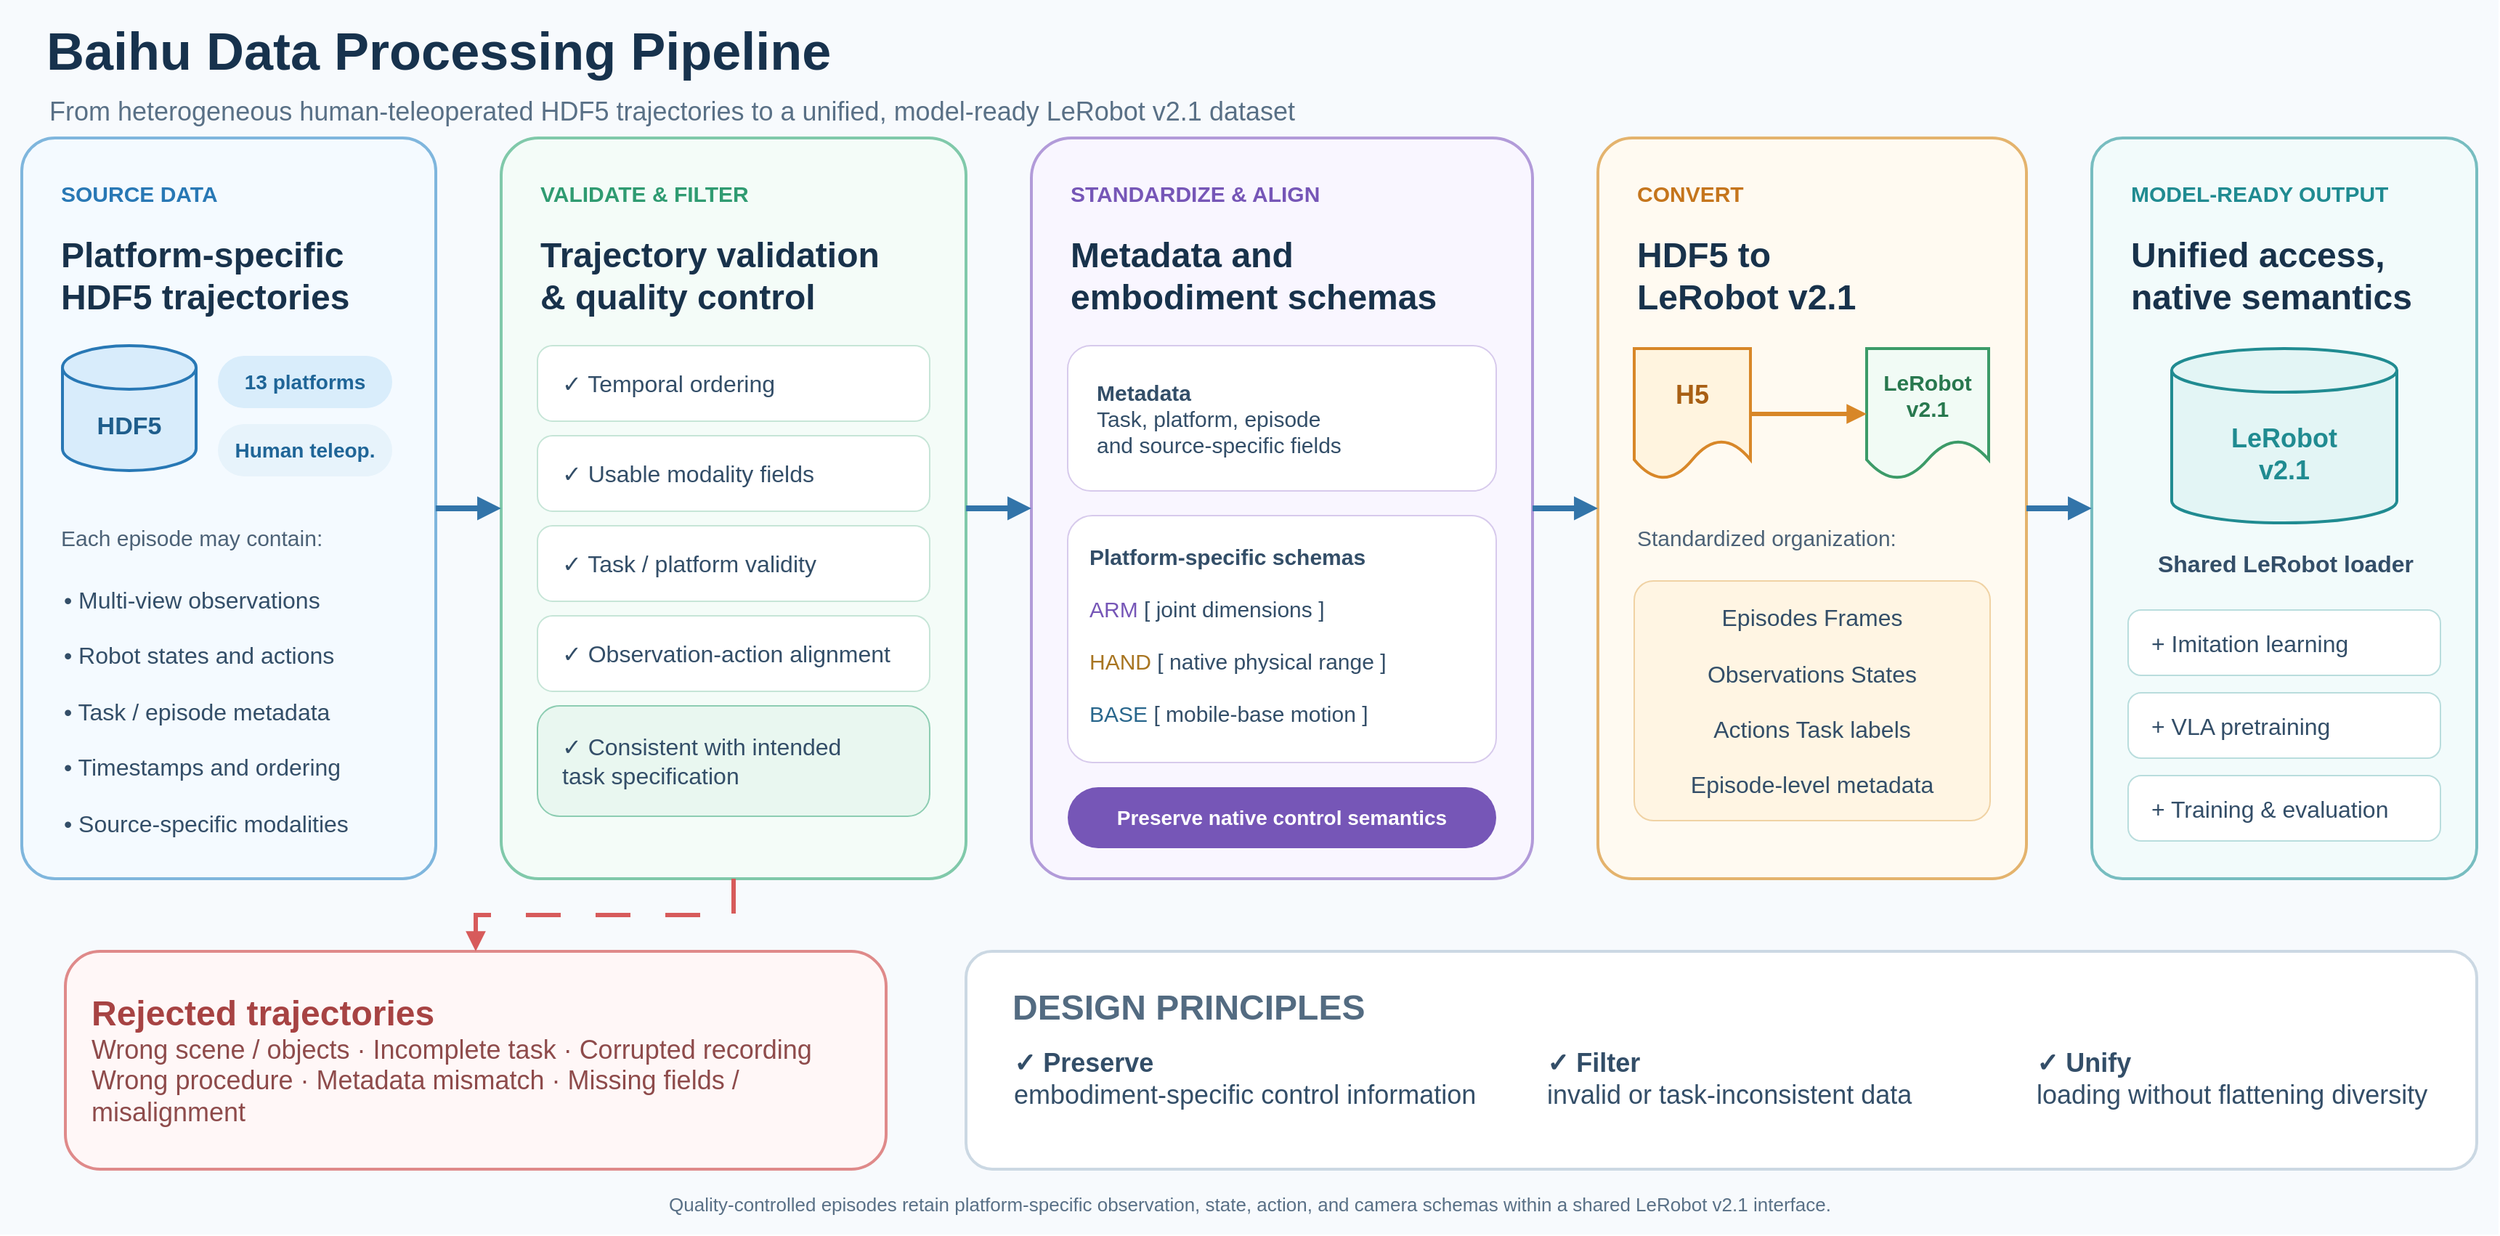
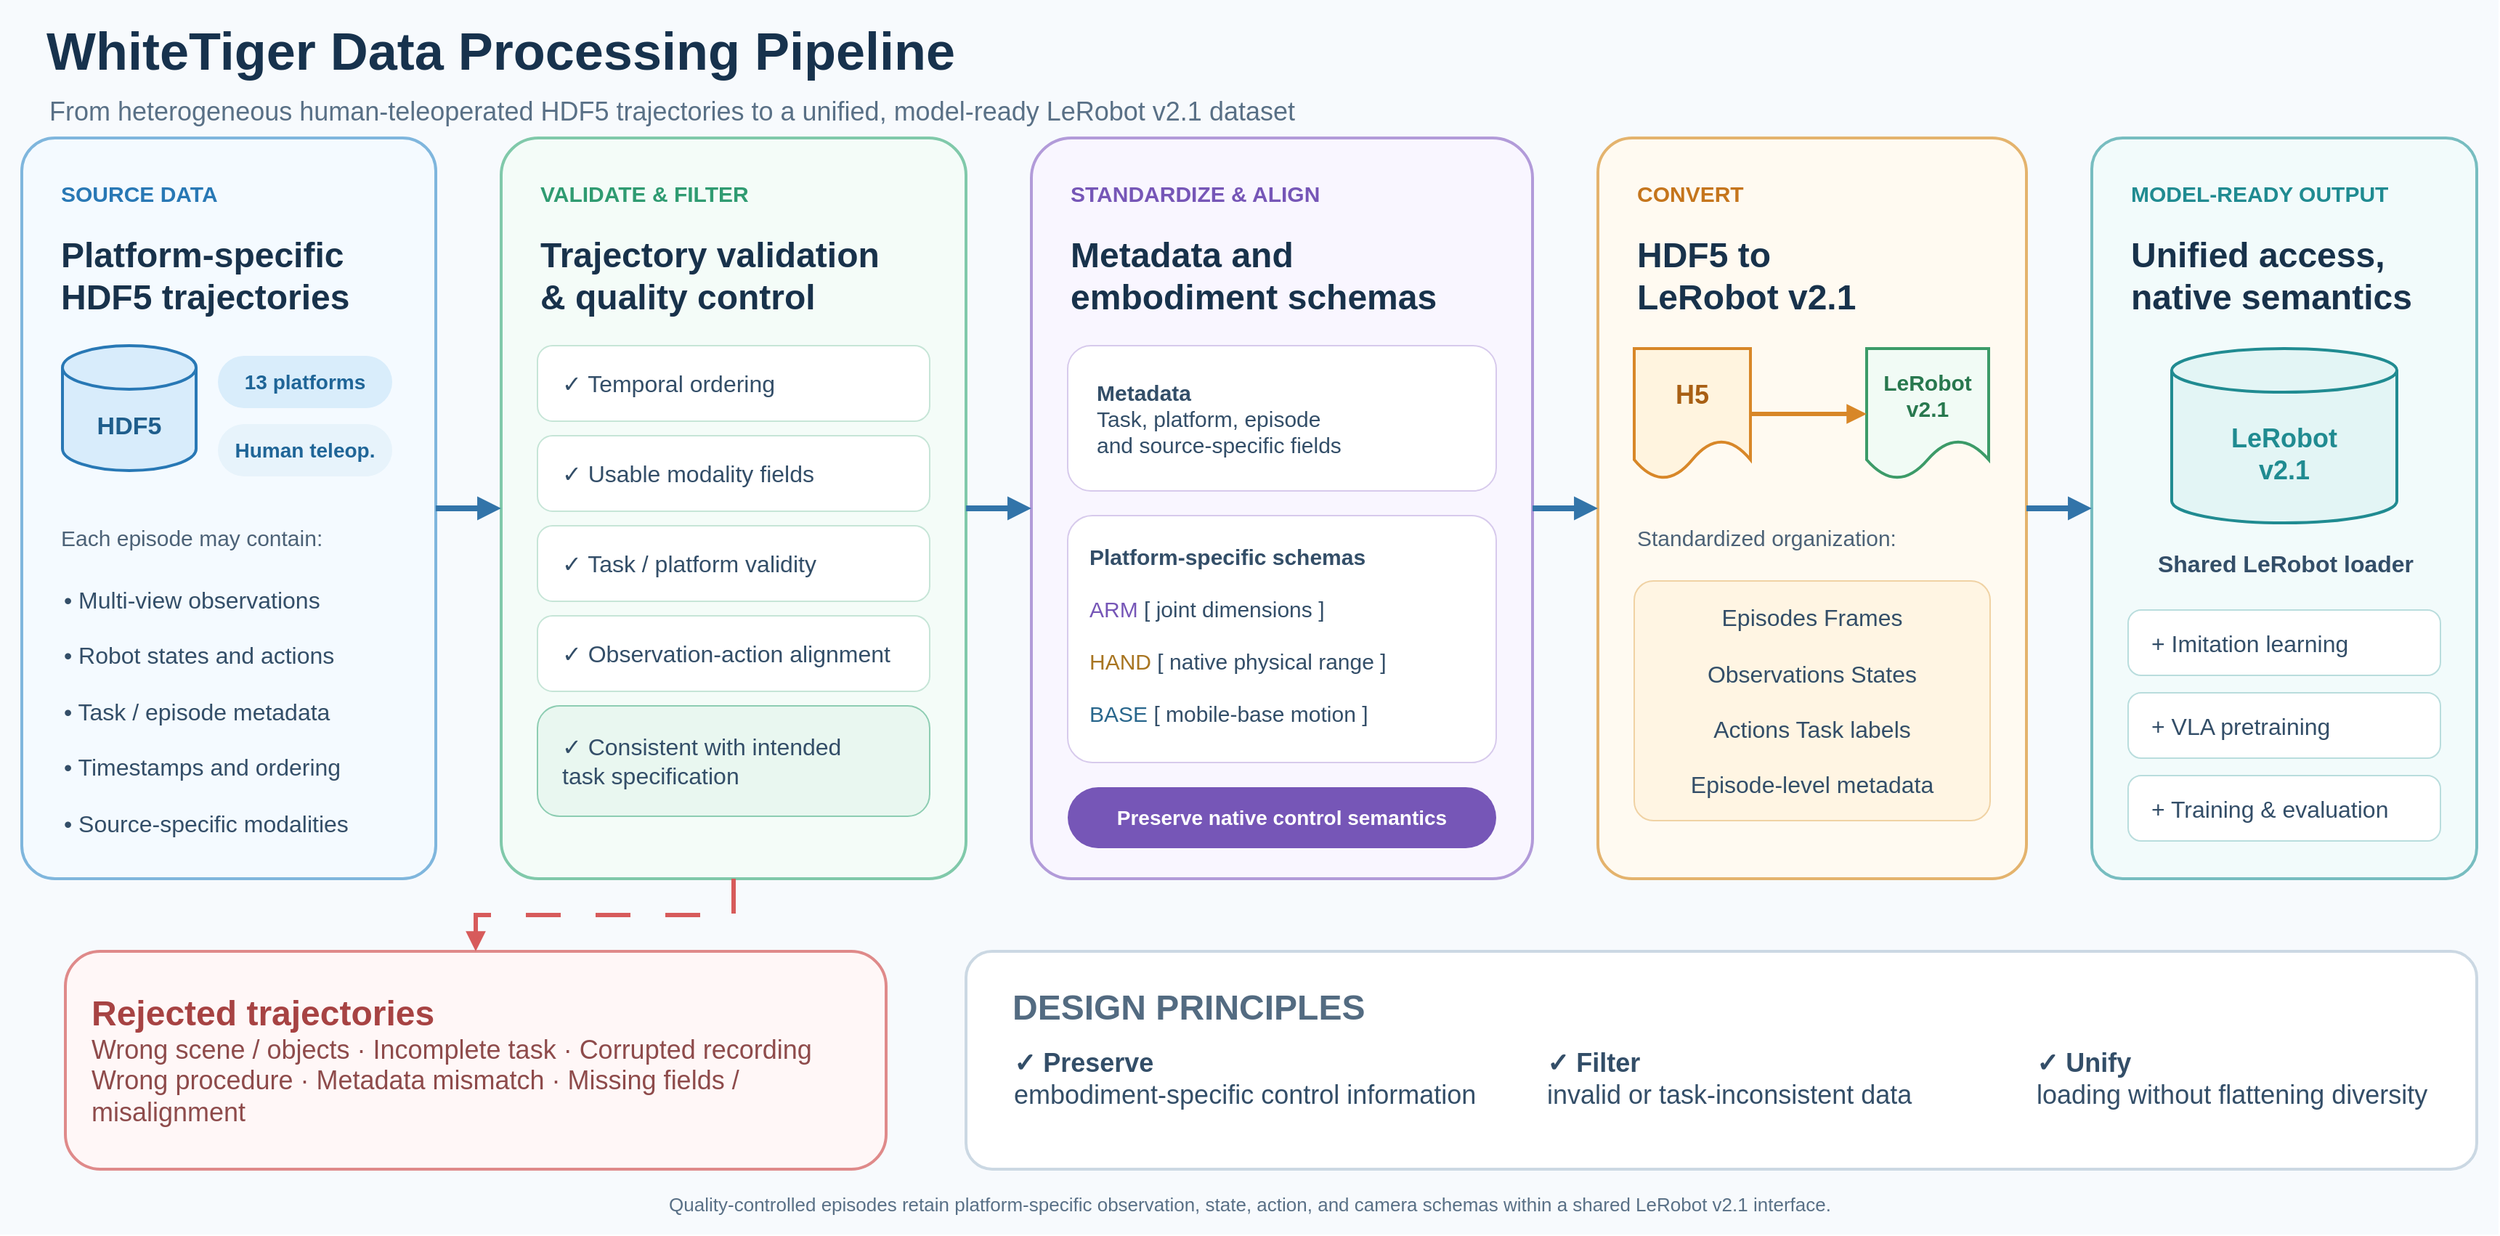
<mxfile host="app.diagrams.net">
-   <diagram name="Baihu Data Processing Pipeline" id="e9La-IIqyrwo50qnRQKf">
+   <diagram name="WhiteTiger Data Processing Pipeline" id="e9La-IIqyrwo50qnRQKf">
    <mxGraphModel dx="1984" dy="1158" grid="1" gridSize="10" guides="1" tooltips="1" connect="1" arrows="1" fold="1" page="1" pageScale="1" pageWidth="850" pageHeight="1100" math="0" shadow="0">
      <root>
        <mxCell id="0" />
        <mxCell id="1" parent="0" />
        <mxCell id="BpPJwRzbyKyDOfho30D1-1" parent="1" style="rounded=0;whiteSpace=wrap;html=1;fillColor=#F7FAFD;strokeColor=none;" value="" vertex="1">
          <mxGeometry height="850" width="1720" x="40" y="80" as="geometry" />
        </mxCell>
-         <mxCell id="BpPJwRzbyKyDOfho30D1-2" parent="1" style="text;html=1;strokeColor=none;fillColor=none;align=left;verticalAlign=middle;fontFamily=Arial;fontSize=36;fontStyle=1;fontColor=#17324D;" value="Baihu Data Processing Pipeline" vertex="1">
+         <mxCell id="BpPJwRzbyKyDOfho30D1-2" parent="1" style="text;html=1;strokeColor=none;fillColor=none;align=left;verticalAlign=middle;fontFamily=Arial;fontSize=36;fontStyle=1;fontColor=#17324D;" value="WhiteTiger Data Processing Pipeline" vertex="1">
          <mxGeometry height="55" width="800" x="70" y="87" as="geometry" />
        </mxCell>
        <mxCell id="BpPJwRzbyKyDOfho30D1-3" parent="1" style="text;html=1;strokeColor=none;fillColor=none;align=left;verticalAlign=middle;fontFamily=Arial;fontSize=18;fontColor=#597086;" value="From heterogeneous human-teleoperated HDF5 trajectories to a unified, model-ready LeRobot v2.1 dataset" vertex="1">
          <mxGeometry height="34" width="1150" x="72" y="140" as="geometry" />
        </mxCell>
        <mxCell id="BpPJwRzbyKyDOfho30D1-4" parent="1" style="rounded=1;arcSize=8;whiteSpace=wrap;html=1;fillColor=#F4FAFF;strokeColor=#7FB6DD;strokeWidth=2;" value="" vertex="1">
          <mxGeometry height="510" width="285" x="55" y="175" as="geometry" />
        </mxCell>
        <mxCell id="BpPJwRzbyKyDOfho30D1-7" parent="1" style="text;html=1;strokeColor=none;fillColor=none;align=left;fontFamily=Arial;fontSize=15;fontStyle=1;fontColor=#2878B5;" value="SOURCE DATA" vertex="1">
          <mxGeometry height="30" width="190" x="80" y="198" as="geometry" />
        </mxCell>
        <mxCell id="BpPJwRzbyKyDOfho30D1-8" parent="1" style="text;html=1;strokeColor=none;fillColor=none;align=left;verticalAlign=top;fontFamily=Arial;fontSize=24;fontStyle=1;fontColor=#18324B;" value="Platform-specific&lt;br&gt;HDF5 trajectories" vertex="1">
          <mxGeometry height="70" width="230" x="80" y="235" as="geometry" />
        </mxCell>
        <mxCell id="BpPJwRzbyKyDOfho30D1-9" parent="1" style="shape=cylinder3;whiteSpace=wrap;html=1;boundedLbl=1;backgroundOutline=1;size=15;fillColor=#D8ECFB;strokeColor=#2878B5;strokeWidth=2;fontColor=#1F5E8C;fontStyle=1;fontSize=17;" value="HDF5" vertex="1">
          <mxGeometry height="86" width="92" x="83" y="318" as="geometry" />
        </mxCell>
        <mxCell id="BpPJwRzbyKyDOfho30D1-10" parent="1" style="rounded=1;arcSize=50;whiteSpace=wrap;html=1;fillColor=#D9EDFB;strokeColor=none;fontColor=#1F6597;fontStyle=1;fontSize=14;" value="13 platforms" vertex="1">
          <mxGeometry height="36" width="120" x="190" y="325" as="geometry" />
        </mxCell>
        <mxCell id="BpPJwRzbyKyDOfho30D1-11" parent="1" style="rounded=1;arcSize=50;whiteSpace=wrap;html=1;fillColor=#E7F3FB;strokeColor=none;fontColor=#1F6597;fontStyle=1;fontSize=14;" value="Human teleop." vertex="1">
          <mxGeometry height="36" width="120" x="190" y="372" as="geometry" />
        </mxCell>
        <mxCell id="BpPJwRzbyKyDOfho30D1-12" parent="1" style="text;html=1;strokeColor=none;fillColor=none;align=left;fontFamily=Arial;fontSize=15;fontColor=#4C6277;" value="Each episode may contain:" vertex="1">
          <mxGeometry height="30" width="220" x="80" y="435" as="geometry" />
        </mxCell>
        <mxCell id="BpPJwRzbyKyDOfho30D1-13" parent="1" style="text;html=1;strokeColor=none;fillColor=none;align=left;verticalAlign=top;fontFamily=Arial;fontSize=16;fontColor=#334E68;spacingLeft=2;" value="• Multi-view observations&lt;br&gt;&lt;br&gt;• Robot states and actions&lt;br&gt;&lt;br&gt;• Task / episode metadata&lt;br&gt;&lt;br&gt;• Timestamps and ordering&lt;br&gt;&lt;br&gt;• Source-specific modalities" vertex="1">
          <mxGeometry height="180" width="240" x="80" y="477" as="geometry" />
        </mxCell>
        <mxCell id="BpPJwRzbyKyDOfho30D1-14" parent="1" style="rounded=1;arcSize=8;whiteSpace=wrap;html=1;fillColor=#F4FCF8;strokeColor=#80C9AA;strokeWidth=2;" value="" vertex="1">
          <mxGeometry height="510" width="320" x="385" y="175" as="geometry" />
        </mxCell>
        <mxCell id="BpPJwRzbyKyDOfho30D1-17" parent="1" style="text;html=1;strokeColor=none;fillColor=none;align=left;fontFamily=Arial;fontSize=15;fontStyle=1;fontColor=#2F9B71;" value="VALIDATE &amp; FILTER" vertex="1">
          <mxGeometry height="30" width="220" x="410" y="198" as="geometry" />
        </mxCell>
        <mxCell id="BpPJwRzbyKyDOfho30D1-18" parent="1" style="text;html=1;strokeColor=none;fillColor=none;align=left;verticalAlign=top;fontFamily=Arial;fontSize=24;fontStyle=1;fontColor=#18324B;" value="Trajectory validation&lt;br&gt;&amp; quality control" vertex="1">
          <mxGeometry height="70" width="260" x="410" y="235" as="geometry" />
        </mxCell>
        <mxCell id="BpPJwRzbyKyDOfho30D1-19" parent="1" style="rounded=1;arcSize=20;whiteSpace=wrap;html=1;align=left;spacingLeft=15;fillColor=#FFFFFF;strokeColor=#C6E5D7;fontColor=#334E68;fontSize=16;" value="✓  Temporal ordering" vertex="1">
          <mxGeometry height="52" width="270" x="410" y="318" as="geometry" />
        </mxCell>
        <mxCell id="BpPJwRzbyKyDOfho30D1-20" parent="1" style="rounded=1;arcSize=20;whiteSpace=wrap;html=1;align=left;spacingLeft=15;fillColor=#FFFFFF;strokeColor=#C6E5D7;fontColor=#334E68;fontSize=16;" value="✓  Usable modality fields" vertex="1">
          <mxGeometry height="52" width="270" x="410" y="380" as="geometry" />
        </mxCell>
        <mxCell id="BpPJwRzbyKyDOfho30D1-21" parent="1" style="rounded=1;arcSize=20;whiteSpace=wrap;html=1;align=left;spacingLeft=15;fillColor=#FFFFFF;strokeColor=#C6E5D7;fontColor=#334E68;fontSize=16;" value="✓  Task / platform validity" vertex="1">
          <mxGeometry height="52" width="270" x="410" y="442" as="geometry" />
        </mxCell>
        <mxCell id="BpPJwRzbyKyDOfho30D1-22" parent="1" style="rounded=1;arcSize=20;whiteSpace=wrap;html=1;align=left;spacingLeft=15;fillColor=#FFFFFF;strokeColor=#C6E5D7;fontColor=#334E68;fontSize=16;" value="✓  Observation-action alignment" vertex="1">
          <mxGeometry height="52" width="270" x="410" y="504" as="geometry" />
        </mxCell>
        <mxCell id="BpPJwRzbyKyDOfho30D1-23" parent="1" style="rounded=1;arcSize=20;whiteSpace=wrap;html=1;align=left;spacingLeft=15;fillColor=#E9F7F0;strokeColor=#8DCDB2;fontColor=#334E68;fontSize=16;" value="✓  Consistent with intended&lt;br&gt;     task specification" vertex="1">
          <mxGeometry height="76" width="270" x="410" y="566" as="geometry" />
        </mxCell>
        <mxCell id="BpPJwRzbyKyDOfho30D1-24" parent="1" style="rounded=1;arcSize=8;whiteSpace=wrap;html=1;fillColor=#F9F6FF;strokeColor=#B29BD9;strokeWidth=2;" value="" vertex="1">
          <mxGeometry height="510" width="345" x="750" y="175" as="geometry" />
        </mxCell>
        <mxCell id="BpPJwRzbyKyDOfho30D1-27" parent="1" style="text;html=1;strokeColor=none;fillColor=none;align=left;fontFamily=Arial;fontSize=15;fontStyle=1;fontColor=#7656B7;" value="STANDARDIZE &amp; ALIGN" vertex="1">
          <mxGeometry height="30" width="240" x="775" y="198" as="geometry" />
        </mxCell>
        <mxCell id="BpPJwRzbyKyDOfho30D1-28" parent="1" style="text;html=1;strokeColor=none;fillColor=none;align=left;verticalAlign=top;fontFamily=Arial;fontSize=24;fontStyle=1;fontColor=#18324B;" value="Metadata and&lt;br&gt;embodiment schemas" vertex="1">
          <mxGeometry height="70" width="280" x="775" y="235" as="geometry" />
        </mxCell>
        <mxCell id="BpPJwRzbyKyDOfho30D1-29" parent="1" style="rounded=1;arcSize=16;whiteSpace=wrap;html=1;align=left;spacingLeft=18;fillColor=#FFFFFF;strokeColor=#D7CAEC;fontColor=#334E68;fontSize=15;" value="&lt;b&gt;Metadata&lt;/b&gt;&lt;br&gt;Task, platform, episode&lt;br&gt;and source-specific fields" vertex="1">
          <mxGeometry height="100" width="295" x="775" y="318" as="geometry" />
        </mxCell>
        <mxCell id="BpPJwRzbyKyDOfho30D1-30" parent="1" style="rounded=1;arcSize=10;whiteSpace=wrap;html=1;align=left;verticalAlign=top;spacing=15;fillColor=#FFFFFF;strokeColor=#D7CAEC;fontColor=#334E68;fontSize=15;" value="&lt;b&gt;Platform-specific schemas&lt;/b&gt;&lt;br&gt;&lt;br&gt;&lt;font color=&quot;#7656B7&quot;&gt;ARM&lt;/font&gt;   [ joint dimensions ]&lt;br&gt;&lt;br&gt;&lt;font color=&quot;#A87521&quot;&gt;HAND&lt;/font&gt; [ native physical range ]&lt;br&gt;&lt;br&gt;&lt;font color=&quot;#28668C&quot;&gt;BASE&lt;/font&gt;  [ mobile-base motion ]" vertex="1">
          <mxGeometry height="170" width="295" x="775" y="435" as="geometry" />
        </mxCell>
        <mxCell id="BpPJwRzbyKyDOfho30D1-31" parent="1" style="rounded=1;arcSize=50;whiteSpace=wrap;html=1;fillColor=#7656B7;strokeColor=none;fontColor=#FFFFFF;fontStyle=1;fontSize=14;" value="Preserve native control semantics" vertex="1">
          <mxGeometry height="42" width="295" x="775" y="622" as="geometry" />
        </mxCell>
        <mxCell id="BpPJwRzbyKyDOfho30D1-32" parent="1" style="rounded=1;arcSize=8;whiteSpace=wrap;html=1;fillColor=#FFFAF1;strokeColor=#E4B36D;strokeWidth=2;" value="" vertex="1">
          <mxGeometry height="510" width="295" x="1140" y="175" as="geometry" />
        </mxCell>
        <mxCell id="BpPJwRzbyKyDOfho30D1-35" parent="1" style="text;html=1;strokeColor=none;fillColor=none;align=left;fontFamily=Arial;fontSize=15;fontStyle=1;fontColor=#C5751C;" value="CONVERT" vertex="1">
          <mxGeometry height="30" width="150" x="1165" y="198" as="geometry" />
        </mxCell>
        <mxCell id="BpPJwRzbyKyDOfho30D1-36" parent="1" style="text;html=1;strokeColor=none;fillColor=none;align=left;verticalAlign=top;fontFamily=Arial;fontSize=24;fontStyle=1;fontColor=#18324B;" value="HDF5 to&lt;br&gt;LeRobot v2.1" vertex="1">
          <mxGeometry height="70" width="230" x="1165" y="235" as="geometry" />
        </mxCell>
        <mxCell id="BpPJwRzbyKyDOfho30D1-37" parent="1" style="shape=document;whiteSpace=wrap;html=1;boundedLbl=1;fillColor=#FFF4DF;strokeColor=#D88728;strokeWidth=2;fontColor=#A85F14;fontStyle=1;fontSize=18;" value="H5" vertex="1">
          <mxGeometry height="90" width="80" x="1165" y="320" as="geometry" />
        </mxCell>
        <mxCell id="BpPJwRzbyKyDOfho30D1-38" parent="1" style="shape=document;whiteSpace=wrap;html=1;boundedLbl=1;fillColor=#F1FBF5;strokeColor=#3C9B68;strokeWidth=2;fontColor=#28784E;fontStyle=1;fontSize=15;" value="LeRobot&lt;br&gt;v2.1" vertex="1">
          <mxGeometry height="90" width="84" x="1325" y="320" as="geometry" />
        </mxCell>
        <mxCell id="BpPJwRzbyKyDOfho30D1-39" edge="1" parent="1" source="BpPJwRzbyKyDOfho30D1-37" style="edgeStyle=orthogonalEdgeStyle;rounded=0;orthogonalLoop=1;jettySize=auto;html=1;endArrow=block;endFill=1;strokeColor=#D88728;strokeWidth=3;" target="BpPJwRzbyKyDOfho30D1-38" value="">
          <mxGeometry relative="1" as="geometry" />
        </mxCell>
        <mxCell id="BpPJwRzbyKyDOfho30D1-40" parent="1" style="text;html=1;strokeColor=none;fillColor=none;align=left;fontFamily=Arial;fontSize=15;fontColor=#4C6277;" value="Standardized organization:" vertex="1">
          <mxGeometry height="30" width="230" x="1165" y="435" as="geometry" />
        </mxCell>
        <mxCell id="BpPJwRzbyKyDOfho30D1-41" parent="1" style="rounded=1;arcSize=8;whiteSpace=wrap;html=1;align=center;verticalAlign=middle;fillColor=#FFF5E3;strokeColor=#F0D2A4;fontColor=#334E68;fontSize=16;" value="Episodes      Frames&lt;br&gt;&lt;br&gt;Observations   States&lt;br&gt;&lt;br&gt;Actions        Task labels&lt;br&gt;&lt;br&gt;Episode-level metadata" vertex="1">
          <mxGeometry height="165" width="245" x="1165" y="480" as="geometry" />
        </mxCell>
        <mxCell id="BpPJwRzbyKyDOfho30D1-42" parent="1" style="rounded=1;arcSize=8;whiteSpace=wrap;html=1;fillColor=#F2FBFB;strokeColor=#77BDC0;strokeWidth=2;" value="" vertex="1">
          <mxGeometry height="510" width="265" x="1480" y="175" as="geometry" />
        </mxCell>
        <mxCell id="BpPJwRzbyKyDOfho30D1-45" parent="1" style="text;html=1;strokeColor=none;fillColor=none;align=left;fontFamily=Arial;fontSize=15;fontStyle=1;fontColor=#208B91;" value="MODEL-READY OUTPUT" vertex="1">
          <mxGeometry height="30" width="220" x="1505" y="198" as="geometry" />
        </mxCell>
        <mxCell id="BpPJwRzbyKyDOfho30D1-46" parent="1" style="text;html=1;strokeColor=none;fillColor=none;align=left;verticalAlign=top;fontFamily=Arial;fontSize=24;fontStyle=1;fontColor=#18324B;" value="Unified access,&lt;br&gt;native semantics" vertex="1">
          <mxGeometry height="70" width="220" x="1505" y="235" as="geometry" />
        </mxCell>
        <mxCell id="BpPJwRzbyKyDOfho30D1-47" parent="1" style="shape=cylinder3;whiteSpace=wrap;html=1;boundedLbl=1;backgroundOutline=1;size=15;fillColor=#E3F5F5;strokeColor=#208B91;strokeWidth=2;fontColor=#208B91;fontStyle=1;fontSize=18;" value="LeRobot&lt;br&gt;v2.1" vertex="1">
          <mxGeometry height="120" width="155" x="1535" y="320" as="geometry" />
        </mxCell>
        <mxCell id="BpPJwRzbyKyDOfho30D1-48" parent="1" style="text;html=1;strokeColor=none;fillColor=none;align=center;fontFamily=Arial;fontSize=16;fontStyle=1;fontColor=#334E68;" value="Shared LeRobot loader" vertex="1">
          <mxGeometry height="30" width="195" x="1515" y="452" as="geometry" />
        </mxCell>
        <mxCell id="BpPJwRzbyKyDOfho30D1-49" parent="1" style="rounded=1;arcSize=20;whiteSpace=wrap;html=1;align=left;spacingLeft=14;fillColor=#FFFFFF;strokeColor=#B9DDDD;fontColor=#334E68;fontSize=16;" value="+  Imitation learning" vertex="1">
          <mxGeometry height="45" width="215" x="1505" y="500" as="geometry" />
        </mxCell>
        <mxCell id="BpPJwRzbyKyDOfho30D1-50" parent="1" style="rounded=1;arcSize=20;whiteSpace=wrap;html=1;align=left;spacingLeft=14;fillColor=#FFFFFF;strokeColor=#B9DDDD;fontColor=#334E68;fontSize=16;" value="+  VLA pretraining" vertex="1">
          <mxGeometry height="45" width="215" x="1505" y="557" as="geometry" />
        </mxCell>
        <mxCell id="BpPJwRzbyKyDOfho30D1-51" parent="1" style="rounded=1;arcSize=20;whiteSpace=wrap;html=1;align=left;spacingLeft=14;fillColor=#FFFFFF;strokeColor=#B9DDDD;fontColor=#334E68;fontSize=16;" value="+  Training &amp; evaluation" vertex="1">
          <mxGeometry height="45" width="215" x="1505" y="614" as="geometry" />
        </mxCell>
        <mxCell id="BpPJwRzbyKyDOfho30D1-52" edge="1" parent="1" source="BpPJwRzbyKyDOfho30D1-4" style="edgeStyle=orthogonalEdgeStyle;rounded=0;orthogonalLoop=1;jettySize=auto;html=1;endArrow=block;endFill=1;strokeColor=#3274A9;strokeWidth=4;" target="BpPJwRzbyKyDOfho30D1-14" value="">
          <mxGeometry relative="1" as="geometry" />
        </mxCell>
        <mxCell id="BpPJwRzbyKyDOfho30D1-53" edge="1" parent="1" source="BpPJwRzbyKyDOfho30D1-14" style="edgeStyle=orthogonalEdgeStyle;rounded=0;orthogonalLoop=1;jettySize=auto;html=1;endArrow=block;endFill=1;strokeColor=#3274A9;strokeWidth=4;" target="BpPJwRzbyKyDOfho30D1-24" value="">
          <mxGeometry relative="1" as="geometry" />
        </mxCell>
        <mxCell id="BpPJwRzbyKyDOfho30D1-54" edge="1" parent="1" source="BpPJwRzbyKyDOfho30D1-24" style="edgeStyle=orthogonalEdgeStyle;rounded=0;orthogonalLoop=1;jettySize=auto;html=1;endArrow=block;endFill=1;strokeColor=#3274A9;strokeWidth=4;" target="BpPJwRzbyKyDOfho30D1-32" value="">
          <mxGeometry relative="1" as="geometry" />
        </mxCell>
        <mxCell id="BpPJwRzbyKyDOfho30D1-55" edge="1" parent="1" source="BpPJwRzbyKyDOfho30D1-32" style="edgeStyle=orthogonalEdgeStyle;rounded=0;orthogonalLoop=1;jettySize=auto;html=1;endArrow=block;endFill=1;strokeColor=#3274A9;strokeWidth=4;" target="BpPJwRzbyKyDOfho30D1-42" value="">
          <mxGeometry relative="1" as="geometry" />
        </mxCell>
        <mxCell id="BpPJwRzbyKyDOfho30D1-56" parent="1" style="rounded=1;arcSize=16;whiteSpace=wrap;html=1;align=left;verticalAlign=middle;spacing=18;fillColor=#FFF7F7;strokeColor=#DF8A8A;strokeWidth=2;fontColor=#A74343;fontSize=14;" value="&lt;font style=&quot;&quot;&gt;&lt;b style=&quot;&quot;&gt;&lt;font style=&quot;font-size: 24px;&quot;&gt;Rejected trajectories&lt;/font&gt;&lt;/b&gt;&lt;br&gt;&lt;font color=&quot;#8E4B4B&quot; style=&quot;font-size: 18px;&quot;&gt;Wrong scene / objects  ·  Incomplete task  ·  Corrupted recording&lt;br&gt;Wrong procedure  ·  Metadata mismatch  ·  Missing fields / misalignment&lt;/font&gt;&lt;/font&gt;" vertex="1">
          <mxGeometry height="150" width="565" x="85" y="735" as="geometry" />
        </mxCell>
        <mxCell id="BpPJwRzbyKyDOfho30D1-57" edge="1" parent="1" source="BpPJwRzbyKyDOfho30D1-14" style="edgeStyle=orthogonalEdgeStyle;rounded=0;orthogonalLoop=1;jettySize=auto;html=1;endArrow=block;endFill=1;dashed=1;dashPattern=8 8;strokeColor=#D75B5B;strokeWidth=3;" target="BpPJwRzbyKyDOfho30D1-56" value="">
          <mxGeometry relative="1" as="geometry" />
        </mxCell>
        <mxCell id="BpPJwRzbyKyDOfho30D1-58" parent="1" style="rounded=1;arcSize=12;whiteSpace=wrap;html=1;fillColor=#FFFFFF;strokeColor=#CBD8E3;strokeWidth=2;" value="" vertex="1">
          <mxGeometry height="150" width="1040" x="705" y="735" as="geometry" />
        </mxCell>
        <mxCell id="BpPJwRzbyKyDOfho30D1-59" parent="1" style="text;html=1;strokeColor=none;fillColor=none;align=left;fontFamily=Arial;fontSize=15;fontStyle=1;fontColor=#536B81;" value="&lt;font style=&quot;font-size: 24px;&quot;&gt;DESIGN PRINCIPLES&lt;/font&gt;" vertex="1">
          <mxGeometry height="30" width="220" x="735" y="753" as="geometry" />
        </mxCell>
        <mxCell id="BpPJwRzbyKyDOfho30D1-60" parent="1" style="text;html=1;strokeColor=none;fillColor=none;align=left;verticalAlign=middle;fontFamily=Arial;fontSize=15;fontColor=#334E68;" value="&lt;font style=&quot;&quot;&gt;&lt;b style=&quot;font-size: 18px;&quot;&gt;✓  Preserve&lt;/b&gt;&lt;br&gt;&lt;font style=&quot;font-size: 18px;&quot;&gt;embodiment-specific control information&lt;/font&gt;&lt;/font&gt;" vertex="1">
          <mxGeometry height="62" width="320" x="736" y="792" as="geometry" />
        </mxCell>
        <mxCell id="BpPJwRzbyKyDOfho30D1-61" parent="1" style="text;html=1;strokeColor=none;fillColor=none;align=left;verticalAlign=middle;fontFamily=Arial;fontSize=15;fontColor=#334E68;" value="&lt;font style=&quot;font-size: 18px;&quot;&gt;&lt;b&gt;✓  Filter&lt;/b&gt;&lt;br&gt;invalid or task-inconsistent data&lt;/font&gt;" vertex="1">
          <mxGeometry height="62" width="280" x="1103" y="792" as="geometry" />
        </mxCell>
        <mxCell id="BpPJwRzbyKyDOfho30D1-62" parent="1" style="text;html=1;strokeColor=none;fillColor=none;align=left;verticalAlign=middle;fontFamily=Arial;fontSize=15;fontColor=#334E68;" value="&lt;font style=&quot;font-size: 18px;&quot;&gt;&lt;b&gt;✓  Unify&lt;/b&gt;&lt;br&gt;loading without flattening diversity&lt;/font&gt;" vertex="1">
          <mxGeometry height="62" width="280" x="1440" y="792" as="geometry" />
        </mxCell>
        <mxCell id="BpPJwRzbyKyDOfho30D1-63" parent="1" style="text;html=1;strokeColor=none;fillColor=none;align=center;fontFamily=Arial;fontSize=13;fontColor=#597086;" value="Quality-controlled episodes retain platform-specific observation, state, action, and camera schemas within a shared LeRobot v2.1 interface." vertex="1">
          <mxGeometry height="28" width="1200" x="300" y="895" as="geometry" />
        </mxCell>
      </root>
    </mxGraphModel>
  </diagram>
</mxfile>
